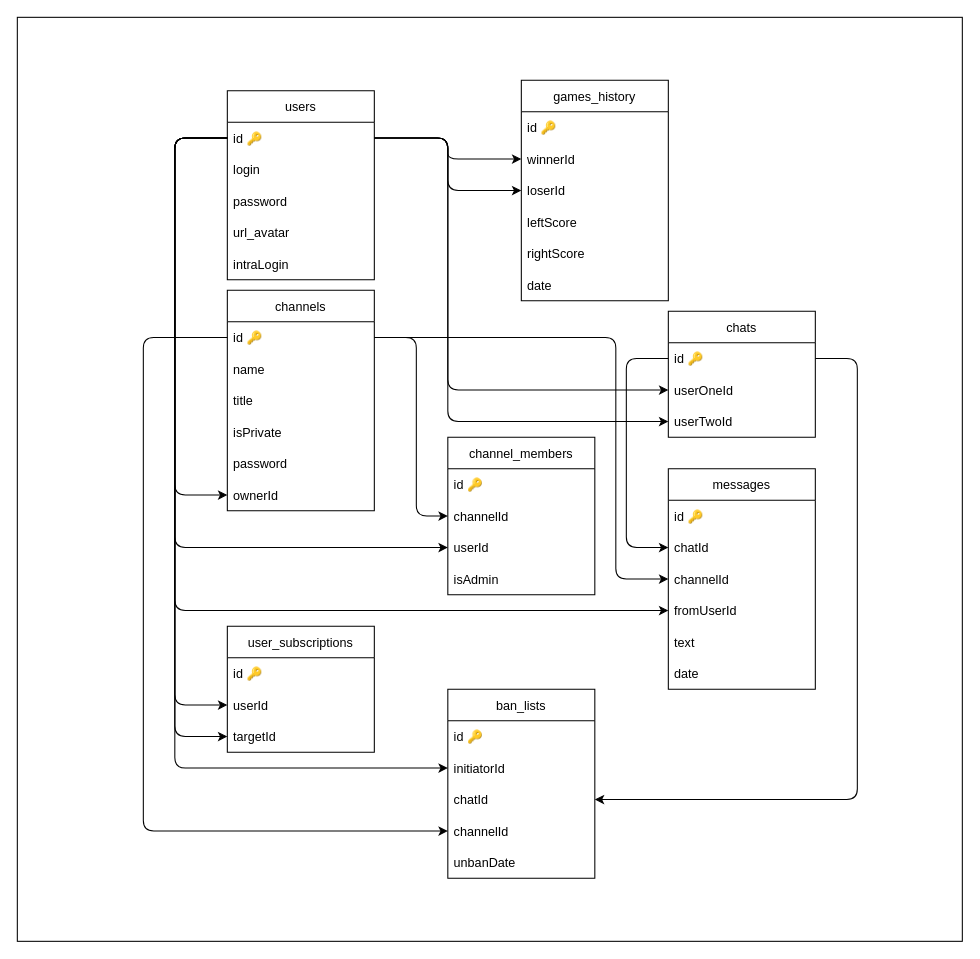
Before: db/schema/relations.drawio in bandrw/ft_transcendence, a draw.io diagram. Source tidied: cells renumbered, new cells numbered last; positions are measured from the earlier drawing's top-left corner, leaving out a move shared by most shapes. Both pictures are drawn from the tidied source at 105%, with x=0, y=0 at pixel (17, 17).
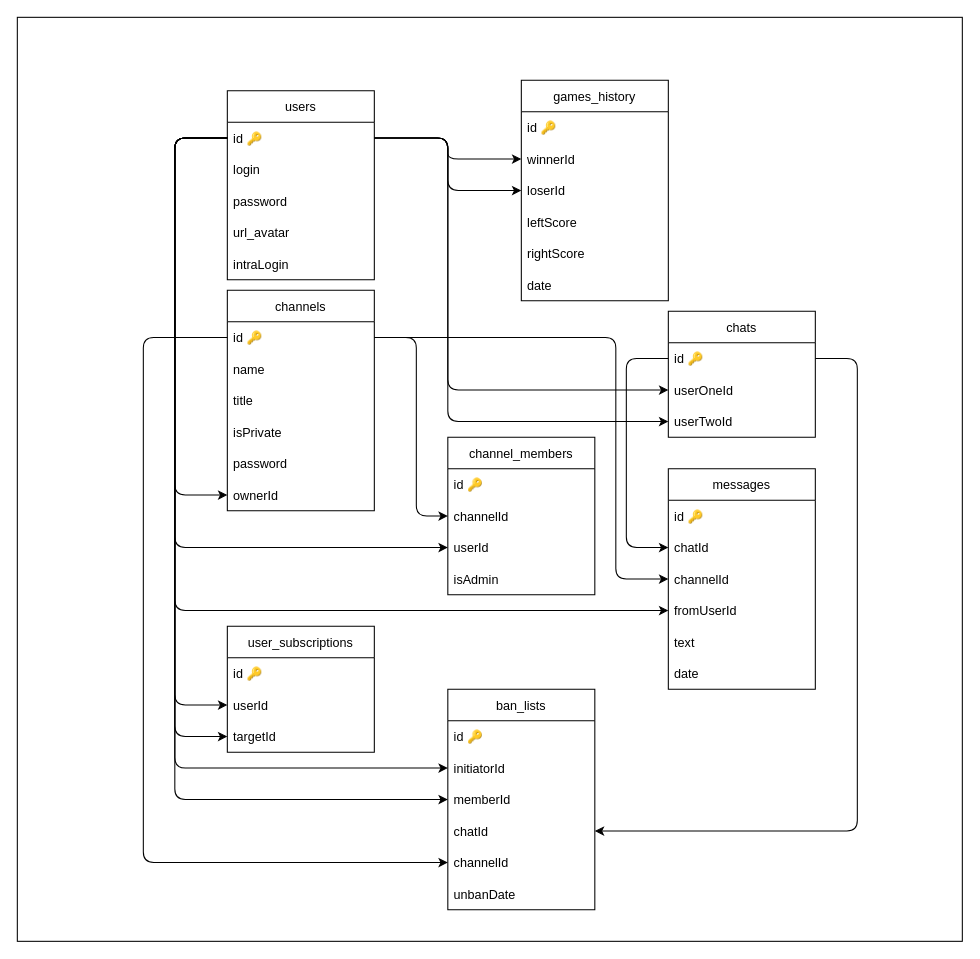
The same diagram, later.

Unchanged cells that the change refers to:
```xml
<mxCell id="4" value="id 🔑" style="text;strokeColor=none;fillColor=none;align=left;verticalAlign=middle;spacingLeft=4;spacingRight=4;overflow=hidden;points=[[0,0.5],[1,0.5]];portConstraint=eastwest;" parent="3" vertex="1">
  <mxGeometry y="30" width="140" height="30" as="geometry" />
</mxCell>
<mxCell id="19" value="id 🔑" style="text;strokeColor=none;fillColor=none;align=left;verticalAlign=middle;spacingLeft=4;spacingRight=4;overflow=hidden;points=[[0,0.5],[1,0.5]];portConstraint=eastwest;" parent="18" vertex="1">
  <mxGeometry y="30" width="140" height="30" as="geometry" />
</mxCell>
<mxCell id="42" value="id 🔑" style="text;strokeColor=none;fillColor=none;align=left;verticalAlign=middle;spacingLeft=4;spacingRight=4;overflow=hidden;points=[[0,0.5],[1,0.5]];portConstraint=eastwest;" parent="41" vertex="1">
  <mxGeometry y="30" width="140" height="30" as="geometry" />
</mxCell>
```

Diff of the diagram source:
```diff
@@
     <mxCell id="55" value="ban_lists" style="swimlane;fontStyle=0;horizontal=1;startSize=30;" parent="1" vertex="1">
-      <mxGeometry x="410" y="640" width="140" height="180" as="geometry" />
+      <mxGeometry x="410" y="640" width="140" height="210" as="geometry" />
     </mxCell>
@@
+    <mxCell id="64" value="memberId" style="text;strokeColor=none;fillColor=none;align=left;verticalAlign=middle;spacingLeft=4;spacingRight=4;overflow=hidden;points=[[0,0.5],[1,0.5]];portConstraint=eastwest;" parent="55" vertex="1">
+      <mxGeometry y="90" width="140" height="30" as="geometry" />
+    </mxCell>
     <mxCell id="58" value="chatId" style="text;strokeColor=none;fillColor=none;align=left;verticalAlign=middle;spacingLeft=4;spacingRight=4;overflow=hidden;points=[[0,0.5],[1,0.5]];portConstraint=eastwest;" parent="55" vertex="1">
-      <mxGeometry y="90" width="140" height="30" as="geometry" />
+      <mxGeometry y="120" width="140" height="30" as="geometry" />
     </mxCell>
     <mxCell id="59" value="channelId" style="text;strokeColor=none;fillColor=none;align=left;verticalAlign=middle;spacingLeft=4;spacingRight=4;overflow=hidden;points=[[0,0.5],[1,0.5]];portConstraint=eastwest;" parent="55" vertex="1">
-      <mxGeometry y="120" width="140" height="30" as="geometry" />
+      <mxGeometry y="150" width="140" height="30" as="geometry" />
     </mxCell>
     <mxCell id="60" value="unbanDate" style="text;strokeColor=none;fillColor=none;align=left;verticalAlign=middle;spacingLeft=4;spacingRight=4;overflow=hidden;" parent="55" vertex="1">
-      <mxGeometry y="150" width="140" height="30" as="geometry" />
+      <mxGeometry y="180" width="140" height="30" as="geometry" />
     </mxCell>
     <mxCell id="61" style="endArrow=classic;html=1;rounded=1;exitX=0;exitY=0.5;exitDx=0;exitDy=0;entryX=0;entryY=0.5;entryDx=0;entryDy=0;" parent="1" edge="1" source="19" target="59">
       <mxGeometry relative="1" as="geometry">
         <Array as="points">
           <mxPoint x="120" y="305" />
-          <mxPoint x="120" y="775" />
+          <mxPoint x="120" y="805" />
         </Array>
       </mxGeometry>
     </mxCell>
     <mxCell id="62" style="endArrow=classic;html=1;rounded=1;exitX=1;exitY=0.5;exitDx=0;exitDy=0;entryX=1;entryY=0.5;entryDx=0;entryDy=0;" parent="1" edge="1" source="42" target="58">
       <mxGeometry relative="1" as="geometry">
         <Array as="points">
           <mxPoint x="800" y="325" />
-          <mxPoint x="800" y="745" />
+          <mxPoint x="800" y="775" />
         </Array>
       </mxGeometry>
     </mxCell>
@@
+    <mxCell id="65" style="endArrow=classic;html=1;rounded=1;exitX=0;exitY=0.5;exitDx=0;exitDy=0;entryX=0;entryY=0.5;entryDx=0;entryDy=0;" parent="1" edge="1" source="4" target="64">
+      <mxGeometry relative="1" as="geometry">
+        <Array as="points">
+          <mxPoint x="150" y="115" />
+          <mxPoint x="150" y="745" />
+        </Array>
+      </mxGeometry>
+    </mxCell>
```
